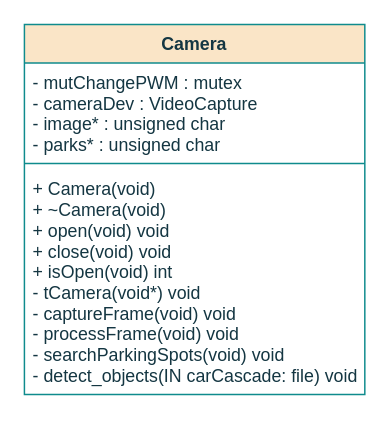
The draw.io diagram page "classCamera" (4 of 4) of project/report/flowcharts/Sensors.drawio in ESRGgroup9/slipad, before the edit. Source tidied: cells renumbered, new cells numbered last; positions are measured from the earlier drawing's top-left corner, leaving out a move shared by most shapes. Both pictures are drawn from the tidied source at 148%, with x=0, y=0 at pixel (24, 24).
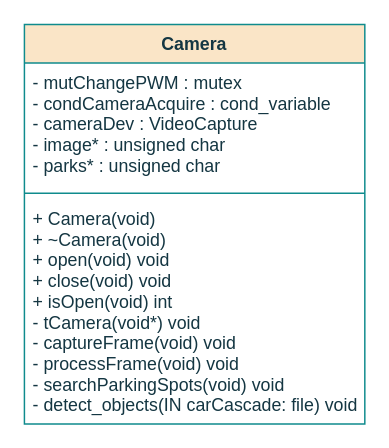
The same page after the edit.

Change to the diagram source:
```diff
@@
 <mxGraphModel>
   <root>
     <mxCell id="0" />
     <mxCell id="1" parent="0" />
     <mxCell id="2" value="Camera" style="swimlane;fontStyle=1;align=center;verticalAlign=top;horizontal=1;startSize=26;fillColor=#FAE5C7;strokeColor=#0F8B8D;fontColor=#143642;" parent="1" vertex="1">
-      <mxGeometry width="230" height="250" as="geometry" />
+      <mxGeometry width="230" height="270" as="geometry" />
     </mxCell>
-    <mxCell id="3" value="- mutChangePWM : mutex&#10;- cameraDev : VideoCapture&#10;- image* : unsigned char&#10;- parks* : unsigned char&#10;" style="text;strokeColor=none;fillColor=none;align=left;verticalAlign=top;spacingLeft=4;spacingRight=4;overflow=hidden;fontColor=#143642;" parent="2" vertex="1">
-      <mxGeometry y="26" width="230" height="64" as="geometry" />
+    <mxCell id="3" value="- mutChangePWM : mutex&#10;- condCameraAcquire : cond_variable&#10;- cameraDev : VideoCapture&#10;- image* : unsigned char&#10;- parks* : unsigned char&#10;" style="text;strokeColor=none;fillColor=none;align=left;verticalAlign=top;spacingLeft=4;spacingRight=4;overflow=hidden;fontColor=#143642;" parent="2" vertex="1">
+      <mxGeometry y="26" width="230" height="84" as="geometry" />
     </mxCell>
     <mxCell id="4" style="line;strokeWidth=1;fillColor=none;align=left;verticalAlign=middle;spacingTop=-1;spacingLeft=3;spacingRight=3;labelPosition=right;labelBackgroundColor=#DAD2D8;strokeColor=#0F8B8D;fontColor=#143642;" parent="2" vertex="1">
-      <mxGeometry y="90" width="230" height="8" as="geometry" />
+      <mxGeometry y="110" width="230" height="8" as="geometry" />
     </mxCell>
     <mxCell id="5" value="+ Camera(void)&#10;+ ~Camera(void)&#10;+ open(void) void&#10;+ close(void) void&#10;+ isOpen(void) int&#10;- tCamera(void*) void&#10;- captureFrame(void) void&#10;- processFrame(void) void&#10;- searchParkingSpots(void) void&#10;- detect_objects(IN carCascade: file) void" style="text;strokeColor=none;fillColor=none;align=left;verticalAlign=top;spacingLeft=4;spacingRight=4;overflow=hidden;fontColor=#143642;spacing=2;" parent="2" vertex="1">
-      <mxGeometry y="98" width="230" height="152" as="geometry" />
+      <mxGeometry y="118" width="230" height="152" as="geometry" />
     </mxCell>
   </root>
 </mxGraphModel>
```
